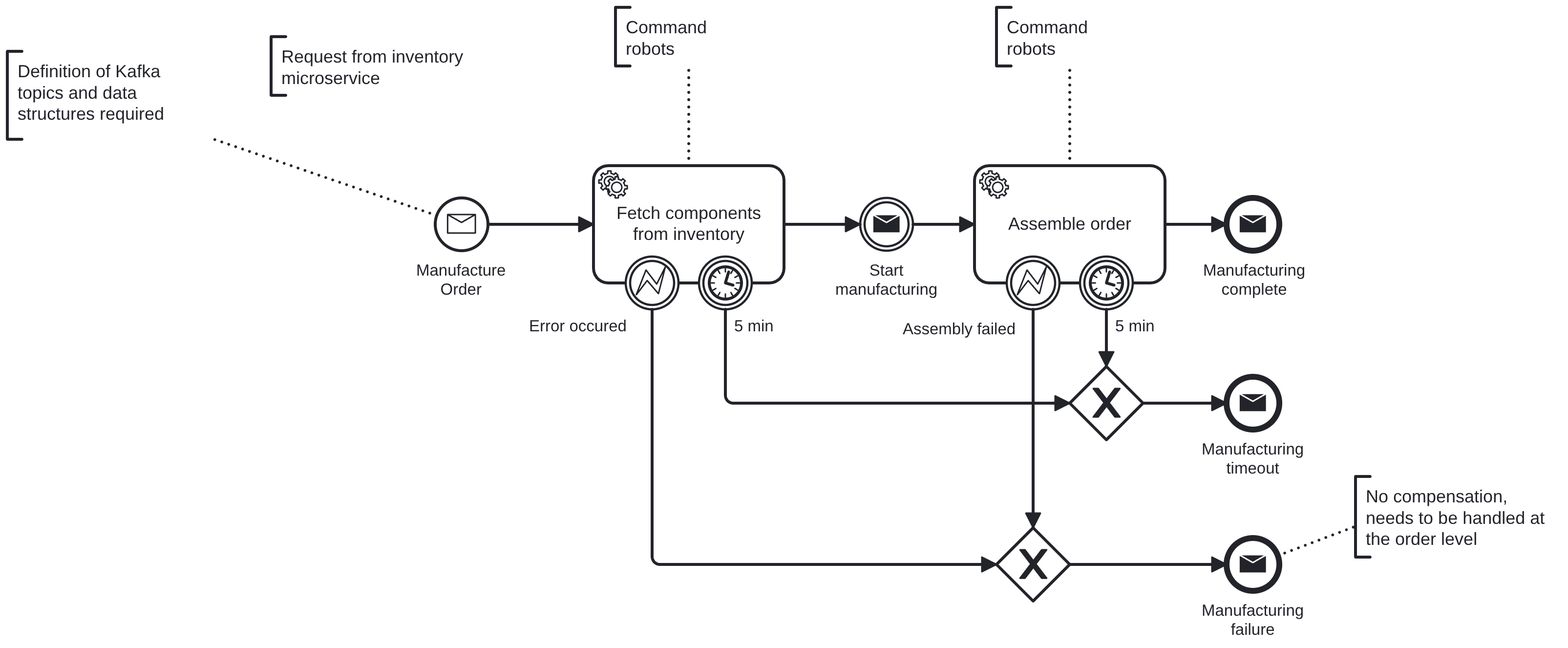
The BPMN diagram doc/assignments/factory.png in ielpo/edpo-project-group1, before a commit. Its source is kept beside it as process/factory.bpmn. Ids are renumbered.
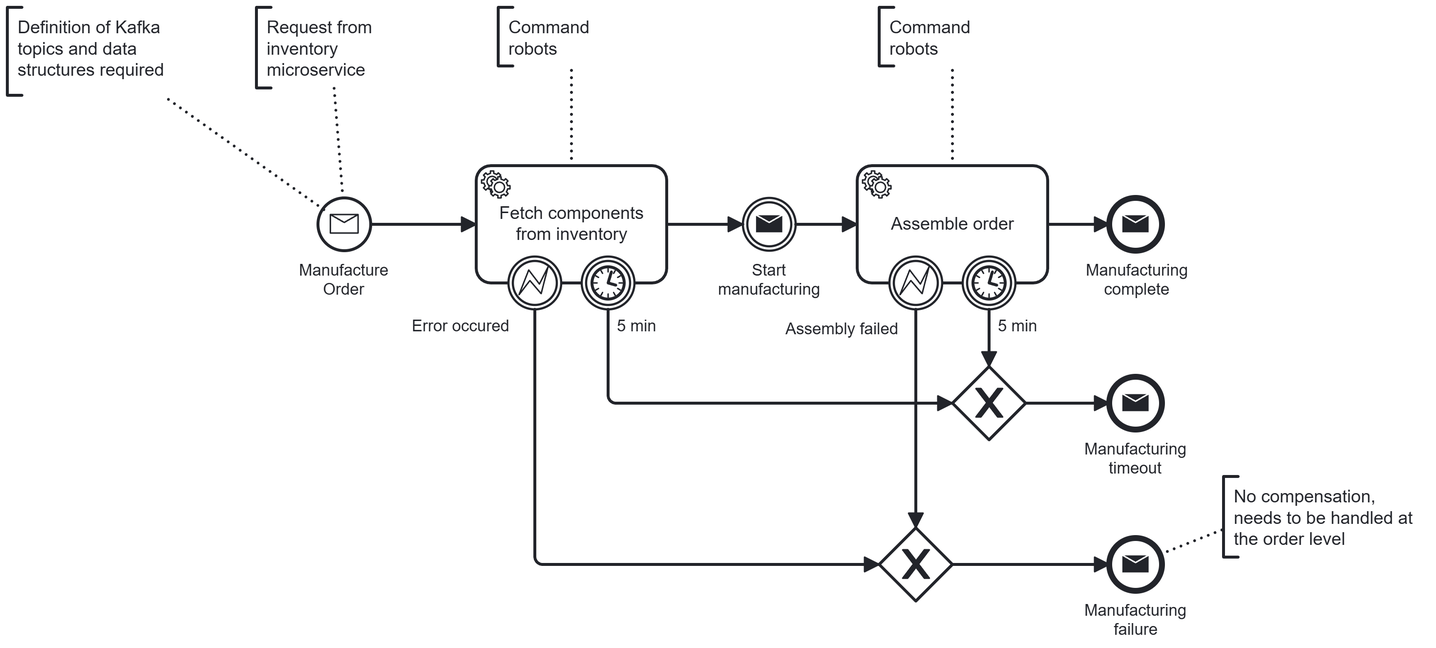
The same diagram one commit later.

Change to the diagram source:
```diff
@@ -71,9 +71,6 @@
     <bpmn:sequenceFlow id="Flow_n21" sourceRef="Gateway_n33" targetRef="Event_n20" />
     <bpmn:sequenceFlow id="Flow_n24" sourceRef="Event_n23" targetRef="Gateway_n33" />
     <bpmn:sequenceFlow id="Flow_n15" sourceRef="Event_n14" targetRef="Gateway_n33" />
-    <bpmn:textAnnotation id="TextAnnotation_n34">
-      <bpmn:text>Request from inventory microservice</bpmn:text>
-    </bpmn:textAnnotation>
     <bpmn:textAnnotation id="TextAnnotation_n35">
       <bpmn:text>Command robots</bpmn:text>
     </bpmn:textAnnotation>
@@ -90,156 +87,164 @@
       <bpmn:text>Definition of Kafka topics and data structures required</bpmn:text>
     </bpmn:textAnnotation>
     <bpmn:association id="Association_n42" associationDirection="None" sourceRef="Kafka_StartManufacturing" targetRef="TextAnnotation_n41" />
+    <bpmn:textAnnotation id="TextAnnotation_n46">
+      <bpmn:text>Request from inventory microservice</bpmn:text>
+    </bpmn:textAnnotation>
+    <bpmn:association id="Association_n47" associationDirection="None" sourceRef="Kafka_StartManufacturing" targetRef="TextAnnotation_n46" />
   </bpmn:process>
   <bpmn:error id="Error_n43" name="Error_0o6km9q" />
   <bpmn:message id="Message_n11" name="KafkaManufactureOrderEvent" />
   <bpmndi:BPMNDiagram id="BPMNDiagram_1">
     <bpmndi:BPMNPlane id="BPMNPlane_1" bpmnElement="factory-process">
       <bpmndi:BPMNShape id="Activity_1lf8n4w_di" bpmnElement="Activity_n2">
-        <dc:Bounds x="560" y="198" width="130" height="80" />
+        <dc:Bounds x="470" y="198" width="130" height="80" />
         <bpmndi:BPMNLabel />
       </bpmndi:BPMNShape>
       <bpmndi:BPMNShape id="Event_n5_di" bpmnElement="Event_n5">
-        <dc:Bounds x="992" y="220" width="36" height="36" />
+        <dc:Bounds x="902" y="220" width="36" height="36" />
         <bpmndi:BPMNLabel>
-          <dc:Bounds x="976" y="263" width="70" height="27" />
+          <dc:Bounds x="886" y="263" width="70" height="27" />
         </bpmndi:BPMNLabel>
       </bpmndi:BPMNShape>
       <bpmndi:BPMNShape id="Activity_13zhg0f_di" bpmnElement="Activity_n8">
-        <dc:Bounds x="820" y="198" width="130" height="80" />
+        <dc:Bounds x="730" y="198" width="130" height="80" />
+      </bpmndi:BPMNShape>
+      <bpmndi:BPMNShape id="Event_0dx6j4n_di" bpmnElement="Kafka_StartManufacturing">
+        <dc:Bounds x="362" y="220" width="36" height="36" />
+        <bpmndi:BPMNLabel>
+          <dc:Bounds x="349" y="263" width="62" height="27" />
+        </bpmndi:BPMNLabel>
       </bpmndi:BPMNShape>
       <bpmndi:BPMNShape id="BPMNShape_n44" bpmnElement="Event_n12">
-        <dc:Bounds x="742" y="220" width="36" height="36" />
+        <dc:Bounds x="652" y="220" width="36" height="36" />
         <bpmndi:BPMNLabel>
-          <dc:Bounds x="725" y="263" width="70" height="27" />
+          <dc:Bounds x="635" y="263" width="70" height="27" />
         </bpmndi:BPMNLabel>
       </bpmndi:BPMNShape>
       <bpmndi:BPMNShape id="Event_0kzokqv_di" bpmnElement="Event_n20">
-        <dc:Bounds x="992" y="342" width="36" height="36" />
+        <dc:Bounds x="902" y="342" width="36" height="36" />
         <bpmndi:BPMNLabel>
-          <dc:Bounds x="975" y="385" width="70" height="27" />
+          <dc:Bounds x="885" y="385" width="70" height="27" />
         </bpmndi:BPMNLabel>
       </bpmndi:BPMNShape>
-      <bpmndi:BPMNShape id="Gateway_n33_di" bpmnElement="Gateway_n33" isMarkerVisible="true">
-        <dc:Bounds x="885" y="335" width="50" height="50" />
-      </bpmndi:BPMNShape>
       <bpmndi:BPMNShape id="Event_0y1s6ua_di" bpmnElement="Event_n26">
-        <dc:Bounds x="992" y="452" width="36" height="36" />
+        <dc:Bounds x="902" y="452" width="36" height="36" />
         <bpmndi:BPMNLabel>
-          <dc:Bounds x="975" y="495" width="70" height="27" />
+          <dc:Bounds x="885" y="495" width="70" height="27" />
         </bpmndi:BPMNLabel>
       </bpmndi:BPMNShape>
       <bpmndi:BPMNShape id="Gateway_n32_di" bpmnElement="Gateway_n32" isMarkerVisible="true">
-        <dc:Bounds x="835" y="445" width="50" height="50" />
+        <dc:Bounds x="745" y="445" width="50" height="50" />
       </bpmndi:BPMNShape>
-      <bpmndi:BPMNShape id="Event_0dx6j4n_di" bpmnElement="Kafka_StartManufacturing">
-        <dc:Bounds x="452" y="220" width="36" height="36" />
-        <bpmndi:BPMNLabel>
-          <dc:Bounds x="439" y="263" width="62" height="27" />
-        </bpmndi:BPMNLabel>
+      <bpmndi:BPMNShape id="Gateway_n33_di" bpmnElement="Gateway_n33" isMarkerVisible="true">
+        <dc:Bounds x="795" y="335" width="50" height="50" />
       </bpmndi:BPMNShape>
-      <bpmndi:BPMNEdge id="Association_n36_di" bpmnElement="Association_n36">
-        <di:waypoint x="625" y="198" />
-        <di:waypoint x="625" y="130" />
+      <bpmndi:BPMNEdge id="Association_n42_di" bpmnElement="Association_n42">
+        <di:waypoint x="366" y="228" />
+        <di:waypoint x="256" y="150" />
       </bpmndi:BPMNEdge>
-      <bpmndi:BPMNEdge id="Association_n38_di" bpmnElement="Association_n38">
-        <di:waypoint x="885" y="198" />
-        <di:waypoint x="885" y="130" />
+      <bpmndi:BPMNEdge id="Association_n47_di" bpmnElement="Association_n47">
+        <di:waypoint x="379" y="220" />
+        <di:waypoint x="373" y="145" />
       </bpmndi:BPMNEdge>
       <bpmndi:BPMNEdge id="Association_n40_di" bpmnElement="Association_n40">
-        <di:waypoint x="1027" y="464" />
-        <di:waypoint x="1080" y="444" />
+        <di:waypoint x="937" y="463" />
+        <di:waypoint x="980" y="446" />
       </bpmndi:BPMNEdge>
-      <bpmndi:BPMNEdge id="Association_n42_di" bpmnElement="Association_n42">
-        <di:waypoint x="453" y="232" />
-        <di:waypoint x="301" y="180" />
-      </bpmndi:BPMNEdge>
+      <bpmndi:BPMNShape id="TextAnnotation_n35_di" bpmnElement="TextAnnotation_n35">
+        <dc:Bounds x="485" y="90" width="100" height="40" />
+        <bpmndi:BPMNLabel />
+      </bpmndi:BPMNShape>
+      <bpmndi:BPMNShape id="TextAnnotation_n37_di" bpmnElement="TextAnnotation_n37">
+        <dc:Bounds x="745" y="90" width="100" height="40" />
+        <bpmndi:BPMNLabel />
+      </bpmndi:BPMNShape>
       <bpmndi:BPMNShape id="BPMNShape_n45" bpmnElement="Event_n29">
-        <dc:Bounds x="842" y="260" width="36" height="36" />
+        <dc:Bounds x="752" y="260" width="36" height="36" />
         <bpmndi:BPMNLabel>
-          <dc:Bounds x="771" y="303" width="77" height="14" />
+          <dc:Bounds x="681" y="303" width="77" height="14" />
         </bpmndi:BPMNLabel>
       </bpmndi:BPMNShape>
       <bpmndi:BPMNShape id="Event_09ht2p6_di" bpmnElement="Event_n23">
-        <dc:Bounds x="892" y="260" width="36" height="36" />
+        <dc:Bounds x="802" y="260" width="36" height="36" />
         <bpmndi:BPMNLabel>
-          <dc:Bounds x="916" y="301" width="27" height="14" />
+          <dc:Bounds x="826" y="301" width="27" height="14" />
         </bpmndi:BPMNLabel>
       </bpmndi:BPMNShape>
       <bpmndi:BPMNShape id="Event_0fte5mt_di" bpmnElement="Event_n17">
-        <dc:Bounds x="582" y="260" width="36" height="36" />
+        <dc:Bounds x="492" y="260" width="36" height="36" />
         <bpmndi:BPMNLabel>
-          <dc:Bounds x="516" y="301" width="67" height="14" />
+          <dc:Bounds x="426" y="301" width="67" height="14" />
         </bpmndi:BPMNLabel>
       </bpmndi:BPMNShape>
       <bpmndi:BPMNShape id="Event_03yheny_di" bpmnElement="Event_n14">
-        <dc:Bounds x="632" y="260" width="36" height="36" />
+        <dc:Bounds x="542" y="260" width="36" height="36" />
         <bpmndi:BPMNLabel>
-          <dc:Bounds x="656" y="301" width="27" height="14" />
+          <dc:Bounds x="566" y="301" width="27" height="14" />
         </bpmndi:BPMNLabel>
       </bpmndi:BPMNShape>
-      <bpmndi:BPMNShape id="TextAnnotation_n35_di" bpmnElement="TextAnnotation_n35">
-        <dc:Bounds x="575" y="90" width="100" height="40" />
+      <bpmndi:BPMNEdge id="Flow_n4_di" bpmnElement="Flow_n4">
+        <di:waypoint x="600" y="238" />
+        <di:waypoint x="652" y="238" />
+      </bpmndi:BPMNEdge>
+      <bpmndi:BPMNEdge id="Flow_n9_di" bpmnElement="Flow_n9">
+        <di:waypoint x="688" y="238" />
+        <di:waypoint x="730" y="238" />
+      </bpmndi:BPMNEdge>
+      <bpmndi:BPMNEdge id="Flow_n6_di" bpmnElement="Flow_n6">
+        <di:waypoint x="860" y="238" />
+        <di:waypoint x="902" y="238" />
+      </bpmndi:BPMNEdge>
+      <bpmndi:BPMNEdge id="Flow_n3_di" bpmnElement="Flow_n3">
+        <di:waypoint x="398" y="238" />
+        <di:waypoint x="470" y="238" />
+      </bpmndi:BPMNEdge>
+      <bpmndi:BPMNEdge id="Flow_n30_di" bpmnElement="Flow_n30">
+        <di:waypoint x="770" y="296" />
+        <di:waypoint x="770" y="445" />
+      </bpmndi:BPMNEdge>
+      <bpmndi:BPMNEdge id="Flow_n18_di" bpmnElement="Flow_n18">
+        <di:waypoint x="510" y="296" />
+        <di:waypoint x="510" y="470" />
+        <di:waypoint x="745" y="470" />
+      </bpmndi:BPMNEdge>
+      <bpmndi:BPMNEdge id="Flow_n27_di" bpmnElement="Flow_n27">
+        <di:waypoint x="795" y="470" />
+        <di:waypoint x="902" y="470" />
+      </bpmndi:BPMNEdge>
+      <bpmndi:BPMNEdge id="Flow_n21_di" bpmnElement="Flow_n21">
+        <di:waypoint x="845" y="360" />
+        <di:waypoint x="902" y="360" />
+      </bpmndi:BPMNEdge>
+      <bpmndi:BPMNEdge id="Flow_n24_di" bpmnElement="Flow_n24">
+        <di:waypoint x="820" y="296" />
+        <di:waypoint x="820" y="335" />
+      </bpmndi:BPMNEdge>
+      <bpmndi:BPMNEdge id="Flow_n15_di" bpmnElement="Flow_n15">
+        <di:waypoint x="560" y="296" />
+        <di:waypoint x="560" y="360" />
+        <di:waypoint x="795" y="360" />
+      </bpmndi:BPMNEdge>
+      <bpmndi:BPMNEdge id="Association_n36_di" bpmnElement="Association_n36">
+        <di:waypoint x="535" y="198" />
+        <di:waypoint x="535" y="130" />
+      </bpmndi:BPMNEdge>
+      <bpmndi:BPMNEdge id="Association_n38_di" bpmnElement="Association_n38">
+        <di:waypoint x="795" y="198" />
+        <di:waypoint x="795" y="130" />
+      </bpmndi:BPMNEdge>
+      <bpmndi:BPMNShape id="TextAnnotation_n41_di" bpmnElement="TextAnnotation_n41">
+        <dc:Bounds x="150" y="90" width="148" height="60" />
         <bpmndi:BPMNLabel />
       </bpmndi:BPMNShape>
-      <bpmndi:BPMNShape id="TextAnnotation_n37_di" bpmnElement="TextAnnotation_n37">
-        <dc:Bounds x="835" y="90" width="100" height="40" />
+      <bpmndi:BPMNShape id="TextAnnotation_n46_di" bpmnElement="TextAnnotation_n46">
+        <dc:Bounds x="320" y="90" width="100.00000762939453" height="55.000003814697266" />
         <bpmndi:BPMNLabel />
       </bpmndi:BPMNShape>
       <bpmndi:BPMNShape id="TextAnnotation_n39_di" bpmnElement="TextAnnotation_n39">
-        <dc:Bounds x="1080" y="410" width="140" height="55.000003814697266" />
+        <dc:Bounds x="980" y="410" width="140" height="55" />
         <bpmndi:BPMNLabel />
       </bpmndi:BPMNShape>
-      <bpmndi:BPMNShape id="TextAnnotation_n34_di" bpmnElement="TextAnnotation_n34">
-        <dc:Bounds x="340" y="110" width="150" height="40" />
-        <bpmndi:BPMNLabel />
-      </bpmndi:BPMNShape>
-      <bpmndi:BPMNShape id="TextAnnotation_n41_di" bpmnElement="TextAnnotation_n41">
-        <dc:Bounds x="160" y="120" width="148" height="60" />
-        <bpmndi:BPMNLabel />
-      </bpmndi:BPMNShape>
-      <bpmndi:BPMNEdge id="Flow_n3_di" bpmnElement="Flow_n3">
-        <di:waypoint x="488" y="238" />
-        <di:waypoint x="560" y="238" />
-      </bpmndi:BPMNEdge>
-      <bpmndi:BPMNEdge id="Flow_n4_di" bpmnElement="Flow_n4">
-        <di:waypoint x="690" y="238" />
-        <di:waypoint x="742" y="238" />
-      </bpmndi:BPMNEdge>
-      <bpmndi:BPMNEdge id="Flow_n6_di" bpmnElement="Flow_n6">
-        <di:waypoint x="950" y="238" />
-        <di:waypoint x="992" y="238" />
-      </bpmndi:BPMNEdge>
-      <bpmndi:BPMNEdge id="Flow_n9_di" bpmnElement="Flow_n9">
-        <di:waypoint x="778" y="238" />
-        <di:waypoint x="820" y="238" />
-      </bpmndi:BPMNEdge>
-      <bpmndi:BPMNEdge id="Flow_n21_di" bpmnElement="Flow_n21">
-        <di:waypoint x="935" y="360" />
-        <di:waypoint x="992" y="360" />
-      </bpmndi:BPMNEdge>
-      <bpmndi:BPMNEdge id="Flow_n15_di" bpmnElement="Flow_n15">
-        <di:waypoint x="650" y="296" />
-        <di:waypoint x="650" y="360" />
-        <di:waypoint x="885" y="360" />
-      </bpmndi:BPMNEdge>
-      <bpmndi:BPMNEdge id="Flow_n24_di" bpmnElement="Flow_n24">
-        <di:waypoint x="910" y="296" />
-        <di:waypoint x="910" y="335" />
-      </bpmndi:BPMNEdge>
-      <bpmndi:BPMNEdge id="Flow_n27_di" bpmnElement="Flow_n27">
-        <di:waypoint x="885" y="470" />
-        <di:waypoint x="992" y="470" />
-      </bpmndi:BPMNEdge>
-      <bpmndi:BPMNEdge id="Flow_n18_di" bpmnElement="Flow_n18">
-        <di:waypoint x="600" y="296" />
-        <di:waypoint x="600" y="470" />
-        <di:waypoint x="835" y="470" />
-      </bpmndi:BPMNEdge>
-      <bpmndi:BPMNEdge id="Flow_n30_di" bpmnElement="Flow_n30">
-        <di:waypoint x="860" y="296" />
-        <di:waypoint x="860" y="445" />
-      </bpmndi:BPMNEdge>
     </bpmndi:BPMNPlane>
   </bpmndi:BPMNDiagram>
 </bpmn:definitions>
```
